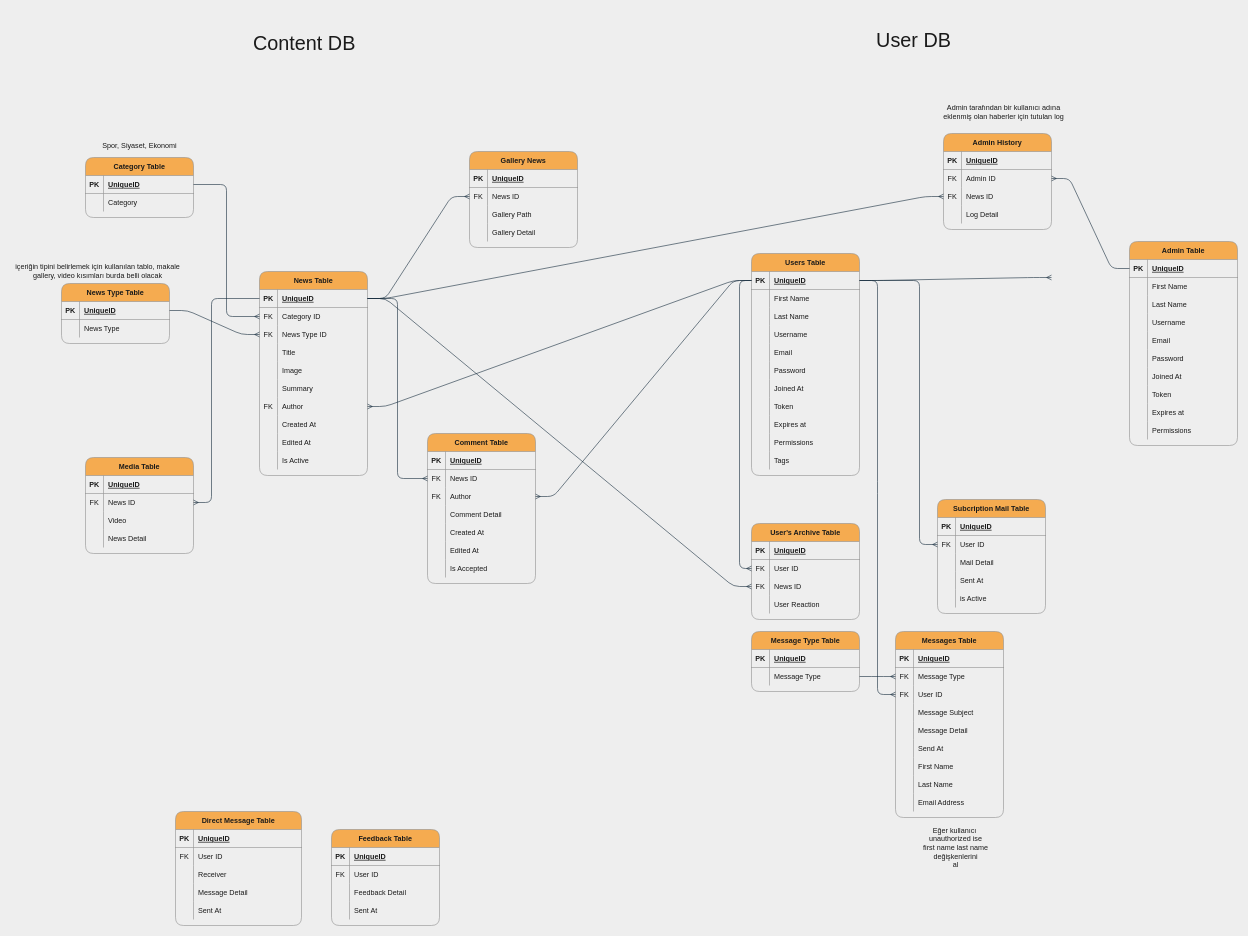
Earlier version of the draw.io diagram docs/Backend_Diagram.drawio (ArmaGroupEngineering/ArmaHaberBackend). Source tidied: cells renumbered, new cells numbered last; positions are measured from the earlier drawing's top-left corner, leaving out a move shared by most shapes. Both pictures are drawn from the tidied source at 60%, with x=0, y=0 at pixel (10, 10).
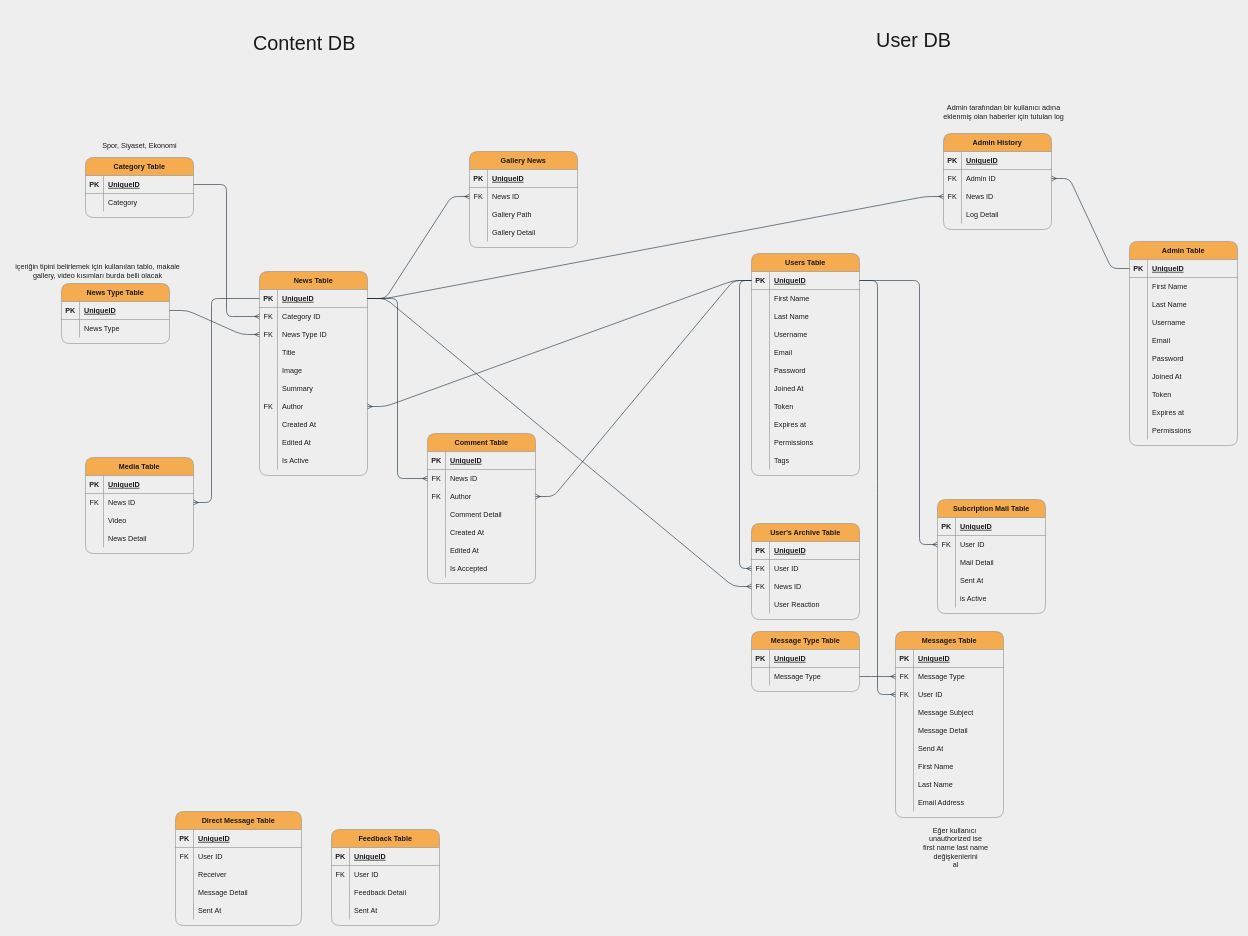
The same page after the edit.

Commit message (it also covers changes not shown here):
yeni istekler eklendi

The change refers to these unchanged cells:
```xml
<mxCell id="80" style="shape=partialRectangle;fillColor=none;top=0;left=0;bottom=1;right=0;points=[[0,0.5],[1,0.5]];portConstraint=eastwest;strokeColor=#909090;fontColor=#1A1A1A;rounded=1;" parent="79" vertex="1">
  <mxGeometry y="30" width="180" height="30" as="geometry" />
</mxCell>
```

The edit, as a diff of the source:
```diff
@@
-    <mxCell id="282" style="edgeStyle=entityRelationEdgeStyle;fontSize=12;html=1;endArrow=ERmany;rounded=1;sketch=0;fontColor=#1A1A1A;strokeColor=#182E3E;exitX=1;exitY=0.5;exitDx=0;exitDy=0;entryX=0;entryY=0.5;entryDx=0;entryDy=0;" parent="1" edge="1" source="80">
-      <mxGeometry relative="1" as="geometry">
-        <mxPoint x="1735" y="445" as="targetPoint" />
-      </mxGeometry>
-    </mxCell>
```
